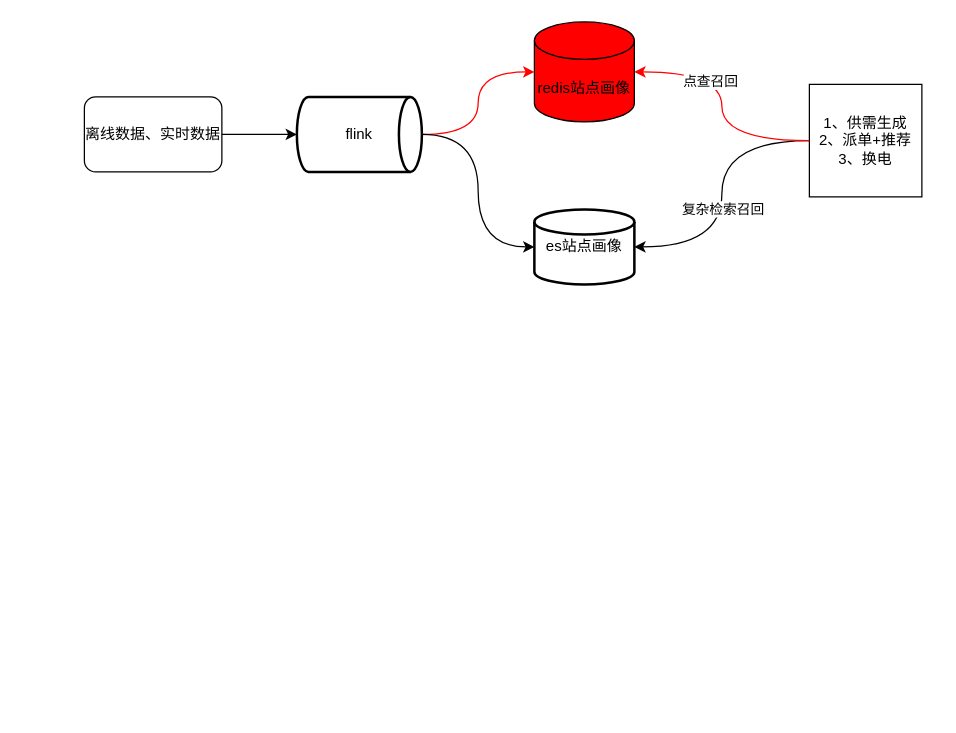
jackie-coming/draw keeps this draw.io diagram as esToredis.drawio. Above is the earlier version. Source tidied: cells renumbered, new cells numbered last; positions are measured from the earlier drawing's top-left corner, leaving out a move shared by most shapes. Both pictures are drawn from the tidied source at 125%, with x=0, y=0 at pixel (84, 21).
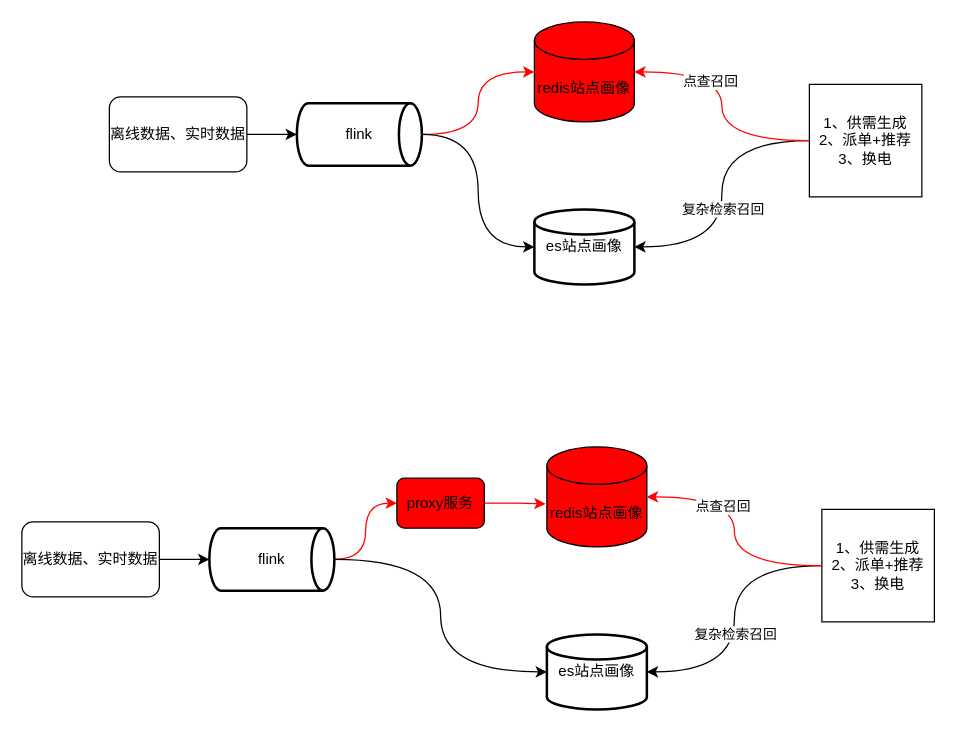
Above is the later version.

What changed in the source:
```diff
@@
     <mxCell id="2" value="离线数据、实时数据" style="rounded=1;whiteSpace=wrap;html=1;" parent="1" vertex="1">
-      <mxGeometry y="60" width="110" height="60" as="geometry" />
+      <mxGeometry x="20" y="60" width="110" height="60" as="geometry" />
     </mxCell>
@@
     <mxCell id="4" value="flink" style="strokeWidth=2;html=1;shape=mxgraph.flowchart.direct_data;whiteSpace=wrap;" parent="1" vertex="1">
-      <mxGeometry x="170" y="60" width="100" height="60" as="geometry" />
+      <mxGeometry x="170" y="65" width="100" height="50" as="geometry" />
     </mxCell>
@@
+    <mxCell id="14" value="离线数据、实时数据" style="rounded=1;whiteSpace=wrap;html=1;" parent="1" vertex="1">
+      <mxGeometry x="-50" y="400" width="110" height="60" as="geometry" />
+    </mxCell>
+    <mxCell id="15" value="redis站点画像" style="shape=cylinder3;whiteSpace=wrap;html=1;boundedLbl=1;backgroundOutline=1;size=15;fillColor=#FF0000;" parent="1" vertex="1">
+      <mxGeometry x="370" y="340" width="80" height="80" as="geometry" />
+    </mxCell>
+    <mxCell id="16" style="edgeStyle=orthogonalEdgeStyle;rounded=0;jettySize=auto;html=1;entryX=0;entryY=0.5;entryDx=0;entryDy=0;curved=1;strokeColor=#FF0000;" parent="1" edge="1" source="17" target="26">
+      <mxGeometry relative="1" as="geometry" />
+    </mxCell>
+    <mxCell id="17" value="flink" style="strokeWidth=2;html=1;shape=mxgraph.flowchart.direct_data;whiteSpace=wrap;" parent="1" vertex="1">
+      <mxGeometry x="100" y="405" width="100" height="50" as="geometry" />
+    </mxCell>
+    <mxCell id="18" value="es站点画像" style="strokeWidth=2;html=1;shape=mxgraph.flowchart.database;whiteSpace=wrap;" parent="1" vertex="1">
+      <mxGeometry x="370" y="490" width="80" height="60" as="geometry" />
+    </mxCell>
+    <mxCell id="19" style="edgeStyle=orthogonalEdgeStyle;rounded=0;jettySize=auto;html=1;entryX=0;entryY=0.5;entryDx=0;entryDy=0;entryPerimeter=0;" parent="1" edge="1" source="14" target="17">
+      <mxGeometry relative="1" as="geometry" />
+    </mxCell>
+    <mxCell id="20" style="edgeStyle=orthogonalEdgeStyle;rounded=0;jettySize=auto;html=1;entryX=0;entryY=0.5;entryDx=0;entryDy=0;entryPerimeter=0;curved=1;" parent="1" edge="1" source="17" target="18">
+      <mxGeometry relative="1" as="geometry" />
+    </mxCell>
+    <mxCell id="21" value="1、供需生成&lt;br&gt;2、派单+推荐&lt;br&gt;3、换电" style="whiteSpace=wrap;html=1;" parent="1" vertex="1">
+      <mxGeometry x="590" y="390" width="90" height="90" as="geometry" />
+    </mxCell>
+    <mxCell id="22" style="edgeStyle=orthogonalEdgeStyle;rounded=0;jettySize=auto;html=1;entryX=1;entryY=0.5;entryDx=0;entryDy=0;entryPerimeter=0;curved=1;" parent="1" edge="1" source="21" target="18">
+      <mxGeometry relative="1" as="geometry" />
+    </mxCell>
+    <mxCell id="23" value="复杂检索召回" style="edgeLabel;html=1;align=center;verticalAlign=middle;" parent="22" vertex="1">
+      <mxGeometry x="0.1" relative="1" as="geometry" />
+    </mxCell>
+    <mxCell id="24" style="edgeStyle=orthogonalEdgeStyle;rounded=0;jettySize=auto;html=1;entryX=1;entryY=0.5;entryDx=0;entryDy=0;entryPerimeter=0;curved=1;strokeColor=#FF0000;" parent="1" edge="1" source="21" target="15">
+      <mxGeometry relative="1" as="geometry" />
+    </mxCell>
+    <mxCell id="25" value="点查召回" style="edgeLabel;html=1;align=center;verticalAlign=middle;" parent="24" vertex="1">
+      <mxGeometry x="0.38" y="7" relative="1" as="geometry" />
+    </mxCell>
+    <mxCell id="26" value="proxy服务" style="rounded=1;whiteSpace=wrap;html=1;fillColor=#FF0000;" parent="1" vertex="1">
+      <mxGeometry x="250" y="365" width="70" height="40" as="geometry" />
+    </mxCell>
+    <mxCell id="27" style="edgeStyle=orthogonalEdgeStyle;rounded=0;jettySize=auto;html=1;entryX=-0.014;entryY=0.57;entryDx=0;entryDy=0;entryPerimeter=0;strokeColor=#FF0000;" parent="1" edge="1" source="26" target="15">
+      <mxGeometry relative="1" as="geometry" />
+    </mxCell>
```
